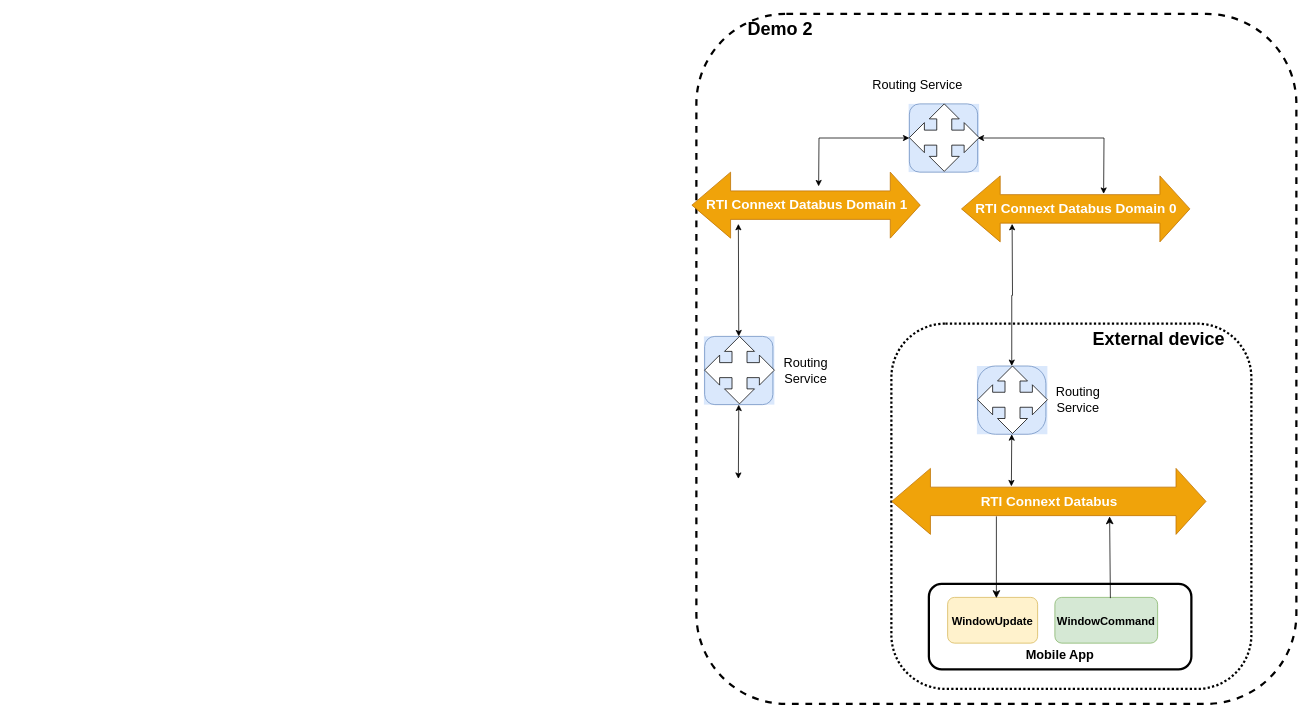
Earlier version of the draw.io diagram page "Demo2" (3 of 3) of resource/system.drawio (rticommunity/rticonnextdds-automotive-reference-architecture). Source tidied: cells renumbered, new cells numbered last; positions are measured from the earlier drawing's top-left corner, leaving out a move shared by most shapes. Both pictures are drawn from the tidied source at 75%, with x=0, y=0 at pixel (692, 14).
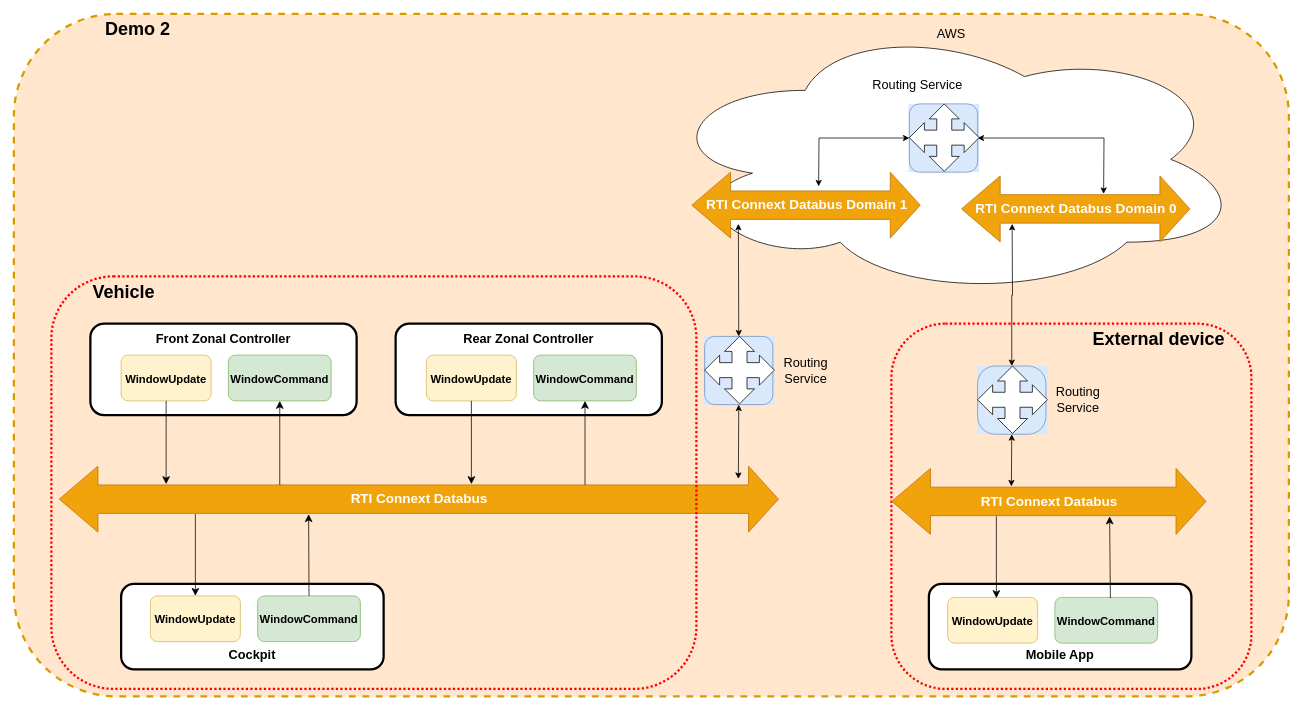
The same diagram, later.

The change refers to these unchanged cells:
```xml
<mxCell id="4" style="group;fillColor=#dae8fc;strokeColor=none;" parent="1" vertex="1">
  <mxGeometry x="16" y="430" width="94" height="91" as="geometry" />
</mxCell>
<mxCell id="10" style="group;fillColor=#dae8fc;strokeColor=none;" parent="1" vertex="1">
  <mxGeometry x="289" y="120" width="94" height="91" as="geometry" />
</mxCell>
<mxCell id="18" style="group;fillColor=#dae8fc;strokeColor=none;" parent="1" vertex="1">
  <mxGeometry x="380" y="469.5" width="94" height="91" as="geometry" />
</mxCell>
<mxCell id="21" style="rounded=1;whiteSpace=wrap;html=1;fillColor=#dae8fc;strokeColor=#6c8ebf;arcSize=26;" parent="18" vertex="1">
  <mxGeometry x="1" width="91" height="91" as="geometry" />
</mxCell>
```

Diff of the diagram source:
```diff
@@
-    <mxCell id="2" value="&lt;font style=&quot;font-size: 24px;&quot;&gt;&lt;b&gt;&amp;nbsp; &amp;nbsp; &amp;nbsp; &amp;nbsp; &amp;nbsp; Demo 2&lt;/b&gt;&lt;/font&gt;" style="rounded=1;whiteSpace=wrap;html=1;fillColor=none;align=left;verticalAlign=top;strokeWidth=3;dashed=1;" parent="1" vertex="1">
-      <mxGeometry x="6" width="800" height="920" as="geometry" />
+    <mxCell id="2" value="&lt;font style=&quot;font-size: 24px;&quot;&gt;&lt;b&gt;&amp;nbsp; &amp;nbsp; &amp;nbsp; &amp;nbsp; &amp;nbsp; &amp;nbsp; &amp;nbsp; &amp;nbsp; &amp;nbsp; Demo 2&lt;/b&gt;&lt;/font&gt;" style="rounded=1;whiteSpace=wrap;html=1;fillColor=#ffe6cc;align=left;verticalAlign=top;strokeWidth=3;dashed=1;strokeColor=#d79b00;" parent="1" vertex="1">
+      <mxGeometry x="-904" width="1700" height="910" as="geometry" />
     </mxCell>
+    <mxCell id="30" value="AWS" style="ellipse;shape=cloud;whiteSpace=wrap;html=1;align=center;fontSize=17;verticalAlign=top;" parent="1" vertex="1">
+      <mxGeometry x="-44" y="10" width="780" height="368" as="geometry" />
+    </mxCell>
-    <mxCell id="3" value="&lt;span style=&quot;font-size: 24px;&quot;&gt;&lt;b&gt;External device&amp;nbsp; &amp;nbsp; &amp;nbsp;&lt;/b&gt;&lt;/span&gt;" style="rounded=1;whiteSpace=wrap;html=1;fillColor=none;align=right;verticalAlign=top;strokeWidth=3;dashed=1;dashPattern=1 1;" parent="1" vertex="1">
+    <mxCell id="3" value="&lt;span style=&quot;font-size: 24px;&quot;&gt;&lt;b&gt;External device&amp;nbsp; &amp;nbsp; &amp;nbsp;&lt;/b&gt;&lt;/span&gt;" style="rounded=1;whiteSpace=wrap;html=1;fillColor=none;align=right;verticalAlign=top;strokeWidth=3;dashed=1;dashPattern=1 1;strokeColor=light-dark(#ff0000, #ededed);" parent="1" vertex="1">
       <mxGeometry x="266" y="413" width="480" height="487" as="geometry" />
     </mxCell>
@@
-    <mxCell id="5" style="edgeStyle=orthogonalEdgeStyle;rounded=0;jettySize=auto;html=1;exitX=0.5;exitY=1;exitDx=0;exitDy=0;startArrow=classic;startFill=1;" parent="4" edge="1" source="7">
-      <mxGeometry relative="1" as="geometry">
-        <mxPoint x="46" y="190" as="targetPoint" />
-      </mxGeometry>
-    </mxCell>
-    <mxCell id="6" style="edgeStyle=orthogonalEdgeStyle;rounded=0;jettySize=auto;html=1;exitX=0.5;exitY=0;exitDx=0;exitDy=0;startArrow=classic;startFill=1;" parent="4" edge="1" source="7">
-      <mxGeometry relative="1" as="geometry">
-        <mxPoint x="46" y="-150" as="targetPoint" />
-      </mxGeometry>
-    </mxCell>
-    <mxCell id="7" style="rounded=1;whiteSpace=wrap;html=1;fillColor=#dae8fc;strokeColor=#6c8ebf;" parent="4" vertex="1">
-      <mxGeometry x="1" width="91" height="91" as="geometry" />
-    </mxCell>
-    <mxCell id="8" style="html=1;shadow=0;dashed=0;align=center;verticalAlign=middle;shape=mxgraph.arrows2.quadArrow;dy=10;dx=20;notch=24;arrowHead=10;" parent="4" vertex="1">
-      <mxGeometry x="1" width="93" height="90" as="geometry" />
-    </mxCell>
+    <mxCell id="31" style="edgeStyle=orthogonalEdgeStyle;rounded=0;jettySize=auto;html=1;exitX=0.5;exitY=1;exitDx=0;exitDy=0;startArrow=classic;startFill=1;" parent="4" edge="1" source="33">
+      <mxGeometry relative="1" as="geometry">
+        <mxPoint x="46" y="190" as="targetPoint" />
+      </mxGeometry>
+    </mxCell>
+    <mxCell id="32" style="edgeStyle=orthogonalEdgeStyle;rounded=0;jettySize=auto;html=1;exitX=0.5;exitY=0;exitDx=0;exitDy=0;startArrow=classic;startFill=1;" parent="4" edge="1" source="33">
+      <mxGeometry relative="1" as="geometry">
+        <mxPoint x="46" y="-150" as="targetPoint" />
+      </mxGeometry>
+    </mxCell>
+    <mxCell id="33" style="rounded=1;whiteSpace=wrap;html=1;fillColor=#dae8fc;strokeColor=#6c8ebf;" parent="4" vertex="1">
+      <mxGeometry x="1" width="91" height="91" as="geometry" />
+    </mxCell>
+    <mxCell id="34" style="html=1;shadow=0;dashed=0;align=center;verticalAlign=middle;shape=mxgraph.arrows2.quadArrow;dy=10;dx=20;notch=24;arrowHead=10;" parent="4" vertex="1">
+      <mxGeometry x="1" width="93" height="90" as="geometry" />
+    </mxCell>
@@
-    <mxCell id="11" style="edgeStyle=orthogonalEdgeStyle;rounded=0;jettySize=auto;html=1;exitX=0;exitY=0.5;exitDx=0;exitDy=0;startArrow=classic;startFill=1;" parent="10" edge="1" source="13">
-      <mxGeometry relative="1" as="geometry">
-        <mxPoint x="-120" y="110" as="targetPoint" />
-      </mxGeometry>
-    </mxCell>
-    <mxCell id="12" style="edgeStyle=orthogonalEdgeStyle;rounded=0;jettySize=auto;html=1;exitX=1;exitY=0.5;exitDx=0;exitDy=0;startArrow=classic;startFill=1;" parent="10" edge="1" source="13">
-      <mxGeometry relative="1" as="geometry">
-        <mxPoint x="260" y="120" as="targetPoint" />
-      </mxGeometry>
-    </mxCell>
-    <mxCell id="13" style="rounded=1;whiteSpace=wrap;html=1;fillColor=#dae8fc;strokeColor=#6c8ebf;" parent="10" vertex="1">
-      <mxGeometry x="1" width="91" height="91" as="geometry" />
-    </mxCell>
-    <mxCell id="14" style="html=1;shadow=0;dashed=0;align=center;verticalAlign=middle;shape=mxgraph.arrows2.quadArrow;dy=10;dx=20;notch=24;arrowHead=10;" parent="10" vertex="1">
-      <mxGeometry x="1" width="93" height="90" as="geometry" />
-    </mxCell>
+    <mxCell id="35" style="edgeStyle=orthogonalEdgeStyle;rounded=0;jettySize=auto;html=1;exitX=0;exitY=0.5;exitDx=0;exitDy=0;startArrow=classic;startFill=1;" parent="10" edge="1" source="37">
+      <mxGeometry relative="1" as="geometry">
+        <mxPoint x="-120" y="110" as="targetPoint" />
+      </mxGeometry>
+    </mxCell>
+    <mxCell id="36" style="edgeStyle=orthogonalEdgeStyle;rounded=0;jettySize=auto;html=1;exitX=1;exitY=0.5;exitDx=0;exitDy=0;startArrow=classic;startFill=1;" parent="10" edge="1" source="37">
+      <mxGeometry relative="1" as="geometry">
+        <mxPoint x="260" y="120" as="targetPoint" />
+      </mxGeometry>
+    </mxCell>
+    <mxCell id="37" style="rounded=1;whiteSpace=wrap;html=1;fillColor=#dae8fc;strokeColor=#6c8ebf;" parent="10" vertex="1">
+      <mxGeometry x="1" width="91" height="91" as="geometry" />
+    </mxCell>
+    <mxCell id="38" style="html=1;shadow=0;dashed=0;align=center;verticalAlign=middle;shape=mxgraph.arrows2.quadArrow;dy=10;dx=20;notch=24;arrowHead=10;" parent="10" vertex="1">
+      <mxGeometry x="1" width="93" height="90" as="geometry" />
+    </mxCell>
@@
+    <mxCell id="39" value="&lt;br&gt;&lt;br&gt;&lt;br&gt;&lt;div&gt;&lt;br&gt;&lt;/div&gt;&lt;b&gt;&lt;font style=&quot;font-size: 17px;&quot;&gt;&lt;br&gt;Cockpit&lt;/font&gt;&lt;/b&gt;" style="rounded=1;whiteSpace=wrap;html=1;strokeWidth=3;" parent="1" vertex="1">
+      <mxGeometry x="-761" y="760" width="350" height="114" as="geometry" />
+    </mxCell>
+    <mxCell id="40" value="&lt;b&gt;&lt;font style=&quot;font-size: 17px;&quot;&gt;Front Zonal Controller&lt;br&gt;&lt;br&gt;&lt;br&gt;&lt;br&gt;&lt;br&gt;&lt;/font&gt;&lt;/b&gt;" style="rounded=1;whiteSpace=wrap;html=1;strokeWidth=3;" parent="1" vertex="1">
+      <mxGeometry x="-802" y="413" width="355" height="122" as="geometry" />
+    </mxCell>
+    <mxCell id="41" value="&lt;b&gt;&lt;font color=&quot;#ffffff&quot;&gt;RTI Connext Databus&lt;/font&gt;&lt;/b&gt;" style="shape=flexArrow;endArrow=classic;startArrow=classic;html=1;rounded=0;endWidth=49;endSize=13;startWidth=49;startSize=16.87;width=38;fillColor=#f0a30a;strokeColor=#BD7000;labelBackgroundColor=none;fontSize=18;" parent="1" edge="1">
+      <mxGeometry relative="1" as="geometry">
+        <mxPoint x="-844" y="647" as="sourcePoint" />
+        <mxPoint x="116" y="647" as="targetPoint" />
+      </mxGeometry>
+    </mxCell>
+    <mxCell id="42" value="&lt;b&gt;&lt;font style=&quot;font-size: 15px;&quot;&gt;WindowUpdate&lt;/font&gt;&lt;/b&gt;" style="rounded=1;whiteSpace=wrap;html=1;fillColor=#fff2cc;strokeColor=#d6b656;" parent="1" vertex="1">
+      <mxGeometry x="-722" y="776" width="120" height="61" as="geometry" />
+    </mxCell>
+    <mxCell id="43" value="&lt;b&gt;&lt;font style=&quot;font-size: 15px;&quot;&gt;WindowCommand&lt;/font&gt;&lt;/b&gt;" style="rounded=1;whiteSpace=wrap;html=1;fillColor=#d5e8d4;strokeColor=#82b366;" parent="1" vertex="1">
+      <mxGeometry x="-579" y="776" width="137" height="61" as="geometry" />
+    </mxCell>
+    <mxCell id="44" value="&lt;b&gt;&lt;font style=&quot;font-size: 15px;&quot;&gt;WindowUpdate&lt;/font&gt;&lt;/b&gt;" style="rounded=1;whiteSpace=wrap;html=1;fillColor=#fff2cc;strokeColor=#d6b656;" parent="1" vertex="1">
+      <mxGeometry x="-761" y="455" width="120" height="61" as="geometry" />
+    </mxCell>
+    <mxCell id="45" value="&lt;b&gt;&lt;font style=&quot;font-size: 15px;&quot;&gt;WindowCommand&lt;/font&gt;&lt;/b&gt;" style="rounded=1;whiteSpace=wrap;html=1;fillColor=#d5e8d4;strokeColor=#82b366;" parent="1" vertex="1">
+      <mxGeometry x="-618" y="455" width="137" height="61" as="geometry" />
+    </mxCell>
+    <mxCell id="46" style="endArrow=classic;html=1;rounded=0;fontSize=12;startSize=8;endSize=8;exitX=0.5;exitY=1;exitDx=0;exitDy=0;" parent="1" edge="1" source="44">
+      <mxGeometry relative="1" as="geometry">
+        <mxPoint x="-701" y="627" as="targetPoint" />
+      </mxGeometry>
+    </mxCell>
+    <mxCell id="47" style="endArrow=classic;html=1;rounded=0;fontSize=12;startSize=8;endSize=8;entryX=0.5;entryY=1;entryDx=0;entryDy=0;" parent="1" edge="1" target="45">
+      <mxGeometry relative="1" as="geometry">
+        <mxPoint x="-549.5" y="628" as="sourcePoint" />
+      </mxGeometry>
+    </mxCell>
+    <mxCell id="48" style="endArrow=classic;html=1;rounded=0;fontSize=12;startSize=8;endSize=8;entryX=0.5;entryY=0;entryDx=0;entryDy=0;" parent="1" edge="1" target="42">
+      <mxGeometry relative="1" as="geometry">
+        <mxPoint x="-662" y="667" as="sourcePoint" />
+      </mxGeometry>
+    </mxCell>
+    <mxCell id="49" style="endArrow=classic;html=1;rounded=0;fontSize=12;startSize=8;endSize=8;exitX=0.5;exitY=0;exitDx=0;exitDy=0;" parent="1" edge="1" source="43">
+      <mxGeometry relative="1" as="geometry">
+        <mxPoint x="-511" y="667" as="targetPoint" />
+      </mxGeometry>
+    </mxCell>
+    <mxCell id="50" style="rounded=0;whiteSpace=wrap;html=1;strokeColor=#F0A30A;fillColor=#F0A30A;" parent="1" vertex="1">
+      <mxGeometry x="-455" y="655" width="216" height="5" as="geometry" />
+    </mxCell>
+    <mxCell id="51" value="&lt;b&gt;&lt;font style=&quot;font-size: 17px;&quot;&gt;Rear Zonal Controller&lt;br&gt;&lt;br&gt;&lt;br&gt;&lt;br&gt;&lt;br&gt;&lt;/font&gt;&lt;/b&gt;" style="rounded=1;whiteSpace=wrap;html=1;strokeWidth=3;" parent="1" vertex="1">
+      <mxGeometry x="-395" y="413" width="355" height="122" as="geometry" />
+    </mxCell>
+    <mxCell id="52" value="&lt;b&gt;&lt;font style=&quot;font-size: 15px;&quot;&gt;WindowUpdate&lt;/font&gt;&lt;/b&gt;" style="rounded=1;whiteSpace=wrap;html=1;fillColor=#fff2cc;strokeColor=#d6b656;" parent="1" vertex="1">
+      <mxGeometry x="-354" y="455" width="120" height="61" as="geometry" />
+    </mxCell>
+    <mxCell id="53" value="&lt;b&gt;&lt;font style=&quot;font-size: 15px;&quot;&gt;WindowCommand&lt;/font&gt;&lt;/b&gt;" style="rounded=1;whiteSpace=wrap;html=1;fillColor=#d5e8d4;strokeColor=#82b366;" parent="1" vertex="1">
+      <mxGeometry x="-211" y="455" width="137" height="61" as="geometry" />
+    </mxCell>
+    <mxCell id="54" style="endArrow=classic;html=1;rounded=0;fontSize=12;startSize=8;endSize=8;exitX=0.5;exitY=1;exitDx=0;exitDy=0;" parent="1" edge="1" source="52">
+      <mxGeometry relative="1" as="geometry">
+        <mxPoint x="-294" y="627" as="targetPoint" />
+      </mxGeometry>
+    </mxCell>
+    <mxCell id="55" style="endArrow=classic;html=1;rounded=0;fontSize=12;startSize=8;endSize=8;entryX=0.5;entryY=1;entryDx=0;entryDy=0;" parent="1" edge="1" target="53">
+      <mxGeometry relative="1" as="geometry">
+        <mxPoint x="-142.5" y="628" as="sourcePoint" />
+      </mxGeometry>
+    </mxCell>
@@
-    <mxCell id="19" style="edgeStyle=orthogonalEdgeStyle;rounded=0;jettySize=auto;html=1;exitX=0.5;exitY=1;exitDx=0;exitDy=0;startArrow=classic;startFill=1;" parent="18" edge="1" source="21">
-      <mxGeometry relative="1" as="geometry">
-        <mxPoint x="46" y="160.5" as="targetPoint" />
-      </mxGeometry>
-    </mxCell>
-    <mxCell id="20" style="edgeStyle=orthogonalEdgeStyle;rounded=0;jettySize=auto;html=1;exitX=0.5;exitY=0;exitDx=0;exitDy=0;startArrow=classic;startFill=1;" parent="18" edge="1" source="21">
-      <mxGeometry relative="1" as="geometry">
-        <mxPoint x="47" y="-189.5" as="targetPoint" />
-      </mxGeometry>
-    </mxCell>
+    <mxCell id="56" style="edgeStyle=orthogonalEdgeStyle;rounded=0;jettySize=auto;html=1;exitX=0.5;exitY=1;exitDx=0;exitDy=0;startArrow=classic;startFill=1;" parent="18" edge="1" source="21">
+      <mxGeometry relative="1" as="geometry">
+        <mxPoint x="46" y="160.5" as="targetPoint" />
+      </mxGeometry>
+    </mxCell>
+    <mxCell id="57" style="edgeStyle=orthogonalEdgeStyle;rounded=0;jettySize=auto;html=1;exitX=0.5;exitY=0;exitDx=0;exitDy=0;startArrow=classic;startFill=1;" parent="18" edge="1" source="21">
+      <mxGeometry relative="1" as="geometry">
+        <mxPoint x="47" y="-189.5" as="targetPoint" />
+      </mxGeometry>
+    </mxCell>
@@
-    <mxCell id="22" style="html=1;shadow=0;dashed=0;align=center;verticalAlign=middle;shape=mxgraph.arrows2.quadArrow;dy=10;dx=20;notch=24;arrowHead=10;" parent="18" vertex="1">
-      <mxGeometry x="1" width="93" height="90" as="geometry" />
-    </mxCell>
-    <mxCell id="23" value="&lt;b&gt;&lt;font color=&quot;#ffffff&quot;&gt;RTI Connext Databus&lt;/font&gt;&lt;/b&gt;" style="shape=flexArrow;endArrow=classic;startArrow=classic;html=1;rounded=0;endWidth=49;endSize=13;startWidth=49;startSize=16.87;width=38;fillColor=#f0a30a;strokeColor=#BD7000;labelBackgroundColor=none;fontSize=18;" parent="1" edge="1">
-      <mxGeometry relative="1" as="geometry">
-        <mxPoint x="266" y="650" as="sourcePoint" />
-        <mxPoint x="686" y="650" as="targetPoint" />
-      </mxGeometry>
-    </mxCell>
+    <mxCell id="58" style="html=1;shadow=0;dashed=0;align=center;verticalAlign=middle;shape=mxgraph.arrows2.quadArrow;dy=10;dx=20;notch=24;arrowHead=10;" parent="18" vertex="1">
+      <mxGeometry x="1" width="93" height="90" as="geometry" />
+    </mxCell>
+    <mxCell id="59" value="&lt;b&gt;&lt;font color=&quot;#ffffff&quot;&gt;RTI Connext Databus&lt;/font&gt;&lt;/b&gt;" style="shape=flexArrow;endArrow=classic;startArrow=classic;html=1;rounded=0;endWidth=49;endSize=13;startWidth=49;startSize=16.87;width=38;fillColor=#f0a30a;strokeColor=#BD7000;labelBackgroundColor=none;fontSize=18;" parent="1" edge="1">
+      <mxGeometry relative="1" as="geometry">
+        <mxPoint x="266" y="650" as="sourcePoint" />
+        <mxPoint x="686" y="650" as="targetPoint" />
+      </mxGeometry>
+    </mxCell>
@@
-    <mxCell id="27" style="endArrow=classic;html=1;rounded=0;fontSize=12;startSize=8;endSize=8;entryX=0.5;entryY=0;entryDx=0;entryDy=0;" parent="1" edge="1">
-      <mxGeometry relative="1" as="geometry">
-        <mxPoint x="406" y="670" as="sourcePoint" />
-        <mxPoint x="406" y="779" as="targetPoint" />
-      </mxGeometry>
-    </mxCell>
-    <mxCell id="28" style="endArrow=classic;html=1;rounded=0;fontSize=12;startSize=8;endSize=8;exitX=0.5;exitY=0;exitDx=0;exitDy=0;" parent="1" edge="1">
-      <mxGeometry relative="1" as="geometry">
-        <mxPoint x="558" y="779" as="sourcePoint" />
-        <mxPoint x="557" y="670" as="targetPoint" />
-      </mxGeometry>
-    </mxCell>
+    <mxCell id="60" style="endArrow=classic;html=1;rounded=0;fontSize=12;startSize=8;endSize=8;entryX=0.5;entryY=0;entryDx=0;entryDy=0;" parent="1" edge="1">
+      <mxGeometry relative="1" as="geometry">
+        <mxPoint x="406" y="670" as="sourcePoint" />
+        <mxPoint x="406" y="779" as="targetPoint" />
+      </mxGeometry>
+    </mxCell>
+    <mxCell id="61" style="endArrow=classic;html=1;rounded=0;fontSize=12;startSize=8;endSize=8;exitX=0.5;exitY=0;exitDx=0;exitDy=0;" parent="1" edge="1">
+      <mxGeometry relative="1" as="geometry">
+        <mxPoint x="558" y="779" as="sourcePoint" />
+        <mxPoint x="557" y="670" as="targetPoint" />
+      </mxGeometry>
+    </mxCell>
@@
+    <mxCell id="62" value="&lt;span style=&quot;font-size: 24px;&quot;&gt;&lt;b&gt;&amp;nbsp; &amp;nbsp; &amp;nbsp; &amp;nbsp; Vehicle&lt;/b&gt;&lt;/span&gt;" style="rounded=1;whiteSpace=wrap;html=1;fillColor=none;align=left;verticalAlign=top;strokeWidth=3;dashed=1;dashPattern=1 1;strokeColor=light-dark(#ff0000, #ededed);" parent="1" vertex="1">
+      <mxGeometry x="-854" y="350" width="860" height="550" as="geometry" />
+    </mxCell>
```
